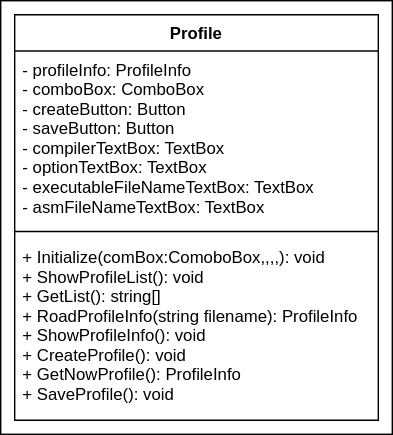
The draw.io diagram assets/object-Profile.drawio.svg in sotarokashiuchi/BenchmarkForCcompiler, before a commit. Source tidied: cells renumbered, new cells last; positions are measured from the earlier drawing's top-left corner, leaving out a move shared by most shapes. The source it was exported from:
```xml
<mxGraphModel background="#ffffff">
  <root>
    <mxCell id="0" />
    <mxCell id="1" parent="0" />
    <mxCell id="2" style="rounded=0;whiteSpace=wrap;html=1;fillColor=default;" parent="1" vertex="1">
      <mxGeometry width="280" height="310" as="geometry" />
    </mxCell>
    <mxCell id="3" value="Profile" style="swimlane;fontStyle=1;align=center;verticalAlign=top;horizontal=1;startSize=26;" parent="1" vertex="1">
      <mxGeometry x="10" y="10" width="260" height="290" as="geometry" />
    </mxCell>
    <mxCell id="4" value="- profileInfo: ProfileInfo&#10;- comboBox: ComboBox&#10;- createButton: Button&#10;- saveButton: Button&#10;- compilerTextBox: TextBox&#10;- optionTextBox: TextBox&#10;- executableFileNameTextBox: TextBox&#10;- asmFileNameTextBox: TextBox" style="text;strokeColor=none;fillColor=none;align=left;verticalAlign=top;spacingLeft=4;spacingRight=4;overflow=hidden;" parent="3" vertex="1">
      <mxGeometry y="26" width="260" height="124" as="geometry" />
    </mxCell>
    <mxCell id="5" style="line;strokeWidth=1;fillColor=none;align=left;verticalAlign=middle;spacingTop=-1;spacingLeft=3;spacingRight=3;labelPosition=right;strokeColor=inherit;" parent="3" vertex="1">
      <mxGeometry y="150" width="260" height="10" as="geometry" />
    </mxCell>
    <mxCell id="6" value="+ Initialize(comBox:ComoboBox,,,,): void&#10;+ ShowProfileList(): void&#10;+ GetList(): string[]&#10;+ RoadProfileInfo(string filename): ProfileInfo&#10;+ ShowProfileInfo(): void&#10;+ CreateProfile(): void&#10;+ GetNowProfile(): ProfileInfo&#10;+ SaveProfile(): void&#10;" style="text;strokeColor=none;fillColor=none;align=left;verticalAlign=top;spacingLeft=4;spacingRight=4;overflow=hidden;" parent="3" vertex="1">
      <mxGeometry y="160" width="260" height="130" as="geometry" />
    </mxCell>
  </root>
</mxGraphModel>
```
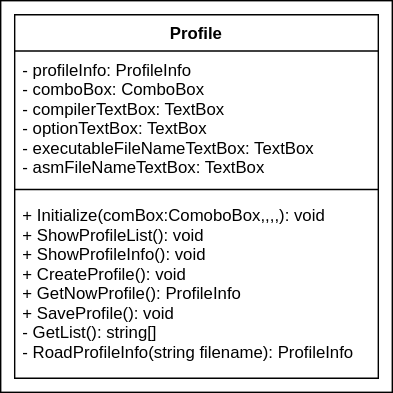
After the change.

What changed in the source:
```diff
@@ -3,19 +3,19 @@
     <mxCell id="0" />
     <mxCell id="1" parent="0" />
     <mxCell id="2" style="rounded=0;whiteSpace=wrap;html=1;fillColor=default;" parent="1" vertex="1">
-      <mxGeometry width="280" height="310" as="geometry" />
+      <mxGeometry width="280" height="280" as="geometry" />
     </mxCell>
     <mxCell id="3" value="Profile" style="swimlane;fontStyle=1;align=center;verticalAlign=top;horizontal=1;startSize=26;" parent="1" vertex="1">
-      <mxGeometry x="10" y="10" width="260" height="290" as="geometry" />
+      <mxGeometry x="10" y="10" width="260" height="260" as="geometry" />
     </mxCell>
-    <mxCell id="4" value="- profileInfo: ProfileInfo&#10;- comboBox: ComboBox&#10;- createButton: Button&#10;- saveButton: Button&#10;- compilerTextBox: TextBox&#10;- optionTextBox: TextBox&#10;- executableFileNameTextBox: TextBox&#10;- asmFileNameTextBox: TextBox" style="text;strokeColor=none;fillColor=none;align=left;verticalAlign=top;spacingLeft=4;spacingRight=4;overflow=hidden;" parent="3" vertex="1">
-      <mxGeometry y="26" width="260" height="124" as="geometry" />
+    <mxCell id="4" value="- profileInfo: ProfileInfo&#10;- comboBox: ComboBox&#10;- compilerTextBox: TextBox&#10;- optionTextBox: TextBox&#10;- executableFileNameTextBox: TextBox&#10;- asmFileNameTextBox: TextBox" style="text;strokeColor=none;fillColor=none;align=left;verticalAlign=top;spacingLeft=4;spacingRight=4;overflow=hidden;" parent="3" vertex="1">
+      <mxGeometry y="26" width="260" height="94" as="geometry" />
     </mxCell>
     <mxCell id="5" style="line;strokeWidth=1;fillColor=none;align=left;verticalAlign=middle;spacingTop=-1;spacingLeft=3;spacingRight=3;labelPosition=right;strokeColor=inherit;" parent="3" vertex="1">
-      <mxGeometry y="150" width="260" height="10" as="geometry" />
+      <mxGeometry y="120" width="260" height="10" as="geometry" />
     </mxCell>
-    <mxCell id="6" value="+ Initialize(comBox:ComoboBox,,,,): void&#10;+ ShowProfileList(): void&#10;+ GetList(): string[]&#10;+ RoadProfileInfo(string filename): ProfileInfo&#10;+ ShowProfileInfo(): void&#10;+ CreateProfile(): void&#10;+ GetNowProfile(): ProfileInfo&#10;+ SaveProfile(): void&#10;" style="text;strokeColor=none;fillColor=none;align=left;verticalAlign=top;spacingLeft=4;spacingRight=4;overflow=hidden;" parent="3" vertex="1">
-      <mxGeometry y="160" width="260" height="130" as="geometry" />
+    <mxCell id="6" value="+ Initialize(comBox:ComoboBox,,,,): void&#10;+ ShowProfileList(): void&#10;+ ShowProfileInfo(): void&#10;+ CreateProfile(): void&#10;+ GetNowProfile(): ProfileInfo&#10;+ SaveProfile(): void&#10;- GetList(): string[]&#10;- RoadProfileInfo(string filename): ProfileInfo&#10;" style="text;strokeColor=none;fillColor=none;align=left;verticalAlign=top;spacingLeft=4;spacingRight=4;overflow=hidden;" parent="3" vertex="1">
+      <mxGeometry y="130" width="260" height="130" as="geometry" />
     </mxCell>
   </root>
 </mxGraphModel>
```
